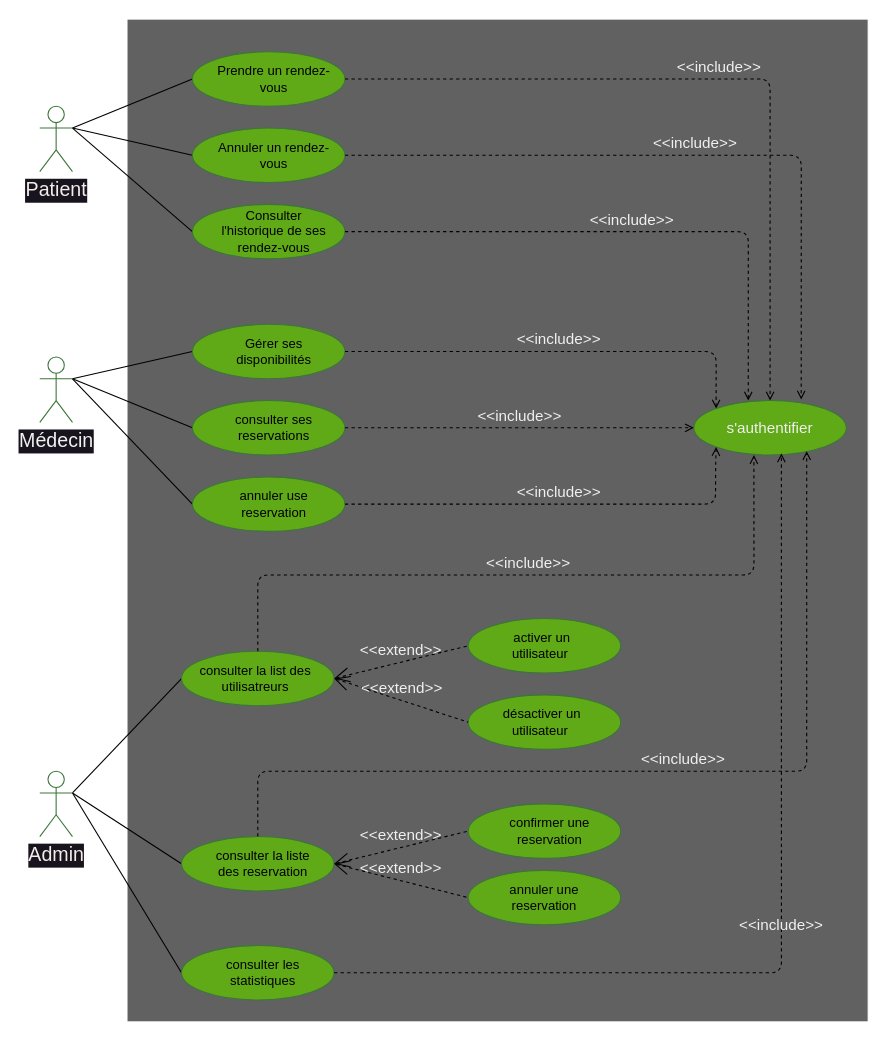
Abderrahman-Ahouari/MyMedTime keeps this draw.io diagram as UML/use_case_diagram.drawio. Above is the earlier version. Source tidied: cells renumbered, new cells numbered last; positions are measured from the earlier drawing's top-left corner, leaving out a move shared by most shapes. Both pictures are drawn from the tidied source at 109%, with x=0, y=0 at pixel (39, 19).
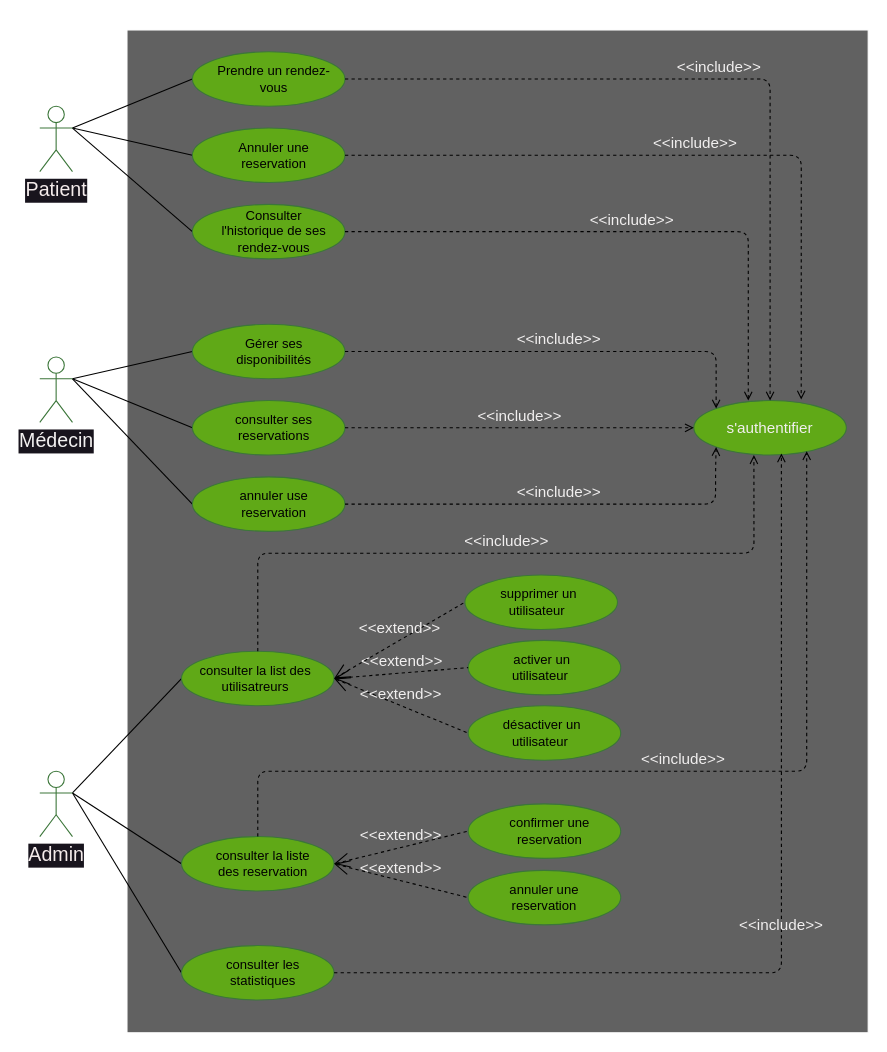
Above is the later version.

Commit message (it also covers changes not shown here):
the class diagramme is done

Unchanged cells that the change refers to:
```xml
<mxCell id="4" style="ellipse;whiteSpace=wrap;html=1;fillColor=#60a917;fontColor=#ffffff;strokeColor=#3C763A;" parent="3" vertex="1">
  <mxGeometry width="140" height="50" as="geometry" />
</mxCell>
<mxCell id="24" style="group;" parent="1" vertex="1">
  <mxGeometry x="140" y="100" width="140" height="50" as="geometry" />
</mxCell>
<mxCell id="31" style="ellipse;whiteSpace=wrap;html=1;fillColor=#60a917;fontColor=#ffffff;strokeColor=#3C763A;" parent="30" vertex="1">
  <mxGeometry width="140" height="50" as="geometry" />
</mxCell>
```

What changed in the source:
```diff
@@
     <mxCell id="2" style="rounded=0;whiteSpace=wrap;html=1;fillColor=#616161;strokeColor=#FFFFFF;" parent="1" vertex="1">
-      <mxGeometry x="80" width="680" height="920" as="geometry" />
+      <mxGeometry x="80" y="10" width="680" height="920" as="geometry" />
     </mxCell>
@@
-    <mxCell id="26" value="Annuler un rendez-vous" style="text;html=1;align=center;verticalAlign=middle;whiteSpace=wrap;rounded=0;" parent="24" vertex="1">
+    <mxCell id="26" value="Annuler une reservation" style="text;html=1;align=center;verticalAlign=middle;whiteSpace=wrap;rounded=0;" parent="24" vertex="1">
       <mxGeometry x="20" y="15" width="110" height="20" as="geometry" />
     </mxCell>
@@
     <mxCell id="51" style="group;" parent="1" vertex="1">
-      <mxGeometry x="393" y="550" width="140" height="50" as="geometry" />
+      <mxGeometry x="393" y="570" width="140" height="50" as="geometry" />
     </mxCell>
@@
     <mxCell id="54" style="group;" parent="1" vertex="1">
-      <mxGeometry x="393" y="620" width="140" height="50" as="geometry" />
+      <mxGeometry x="393" y="630" width="140" height="50" as="geometry" />
     </mxCell>
@@
     <mxCell id="67" value="&amp;lt;&amp;lt;include&amp;gt;&amp;gt;" style="html=1;verticalAlign=bottom;labelBackgroundColor=none;endArrow=open;endFill=0;dashed=1;fontSize=14;fontColor=#f1efef;edgeStyle=orthogonalEdgeStyle;exitX=0.5;exitY=0;exitDx=0;exitDy=0;entryX=0.394;entryY=1;entryDx=0;entryDy=0;entryPerimeter=0;" parent="1" edge="1" source="31" target="4">
       <mxGeometry relative="1" as="geometry">
         <Array as="points">
-          <mxPoint x="200" y="510" />
-          <mxPoint x="655" y="510" />
+          <mxPoint x="200" y="490" />
+          <mxPoint x="655" y="490" />
         </Array>
       </mxGeometry>
     </mxCell>
@@
+    <mxCell id="70" style="group;" parent="1" vertex="1">
+      <mxGeometry x="390" y="510" width="140" height="50" as="geometry" />
+    </mxCell>
+    <mxCell id="71" style="ellipse;whiteSpace=wrap;html=1;fillColor=#60a917;fontColor=#ffffff;strokeColor=#3C763A;" parent="70" vertex="1">
+      <mxGeometry width="140" height="50" as="geometry" />
+    </mxCell>
+    <mxCell id="72" value="supprimer un utilisateur&amp;nbsp;" style="text;html=1;align=center;verticalAlign=middle;whiteSpace=wrap;rounded=0;" parent="70" vertex="1">
+      <mxGeometry x="13" y="17" width="110" height="15" as="geometry" />
+    </mxCell>
+    <mxCell id="73" value="&amp;lt;&amp;lt;extend&amp;gt;&amp;gt;" style="edgeStyle=none;html=1;startArrow=open;endArrow=none;startSize=12;verticalAlign=bottom;dashed=1;labelBackgroundColor=none;fontSize=14;fontColor=#f1efef;exitX=1;exitY=0.5;exitDx=0;exitDy=0;entryX=0;entryY=0.5;entryDx=0;entryDy=0;" parent="1" edge="1" source="31" target="71">
+      <mxGeometry relative="1" as="geometry" />
+    </mxCell>
```
